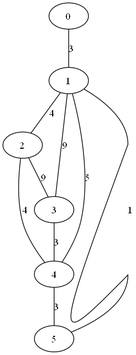
The Graphviz diagram grafos/grafoNaoDirecionado.png in juliocesarw/Grafos, before a commit. Its source is kept beside it as grafos/grafoNaoDirecionado.dot.
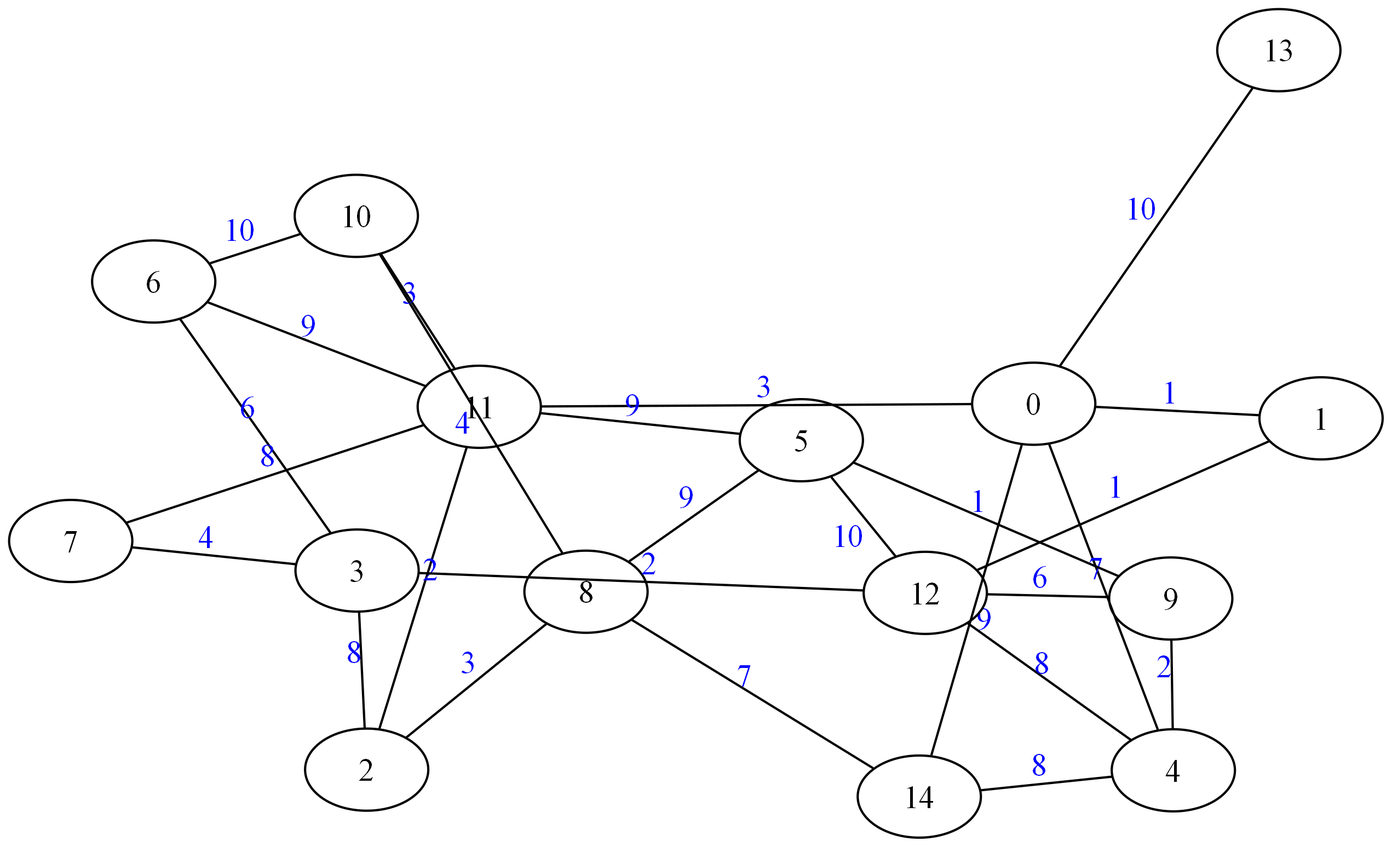
The same file after the commit.

Change to the diagram source:
```diff
@@ -5,13 +5,39 @@
 3;
 4;
 5;
-0 -- 1 [label=3,weight=3];
-1 -- 4 [label=5,weight=5];
-1 -- 5 [label=1,weight=1];
-1 -- 2 [label=4,weight=4];
-1 -- 3 [label=9,weight=9];
-2 -- 4 [label=4,weight=4];
-2 -- 3 [label=9,weight=9];
-3 -- 4 [label=3,weight=3];
-4 -- 5 [label=3,weight=3];
+6;
+7;
+8;
+9;
+10;
+11;
+12;
+13;
+14;
+0 -- 14 [label=9,weight=9, fontcolor=blue];
+0 -- 4 [label=7,weight=7, fontcolor=blue];
+0 -- 11 [label=3,weight=3, fontcolor=blue];
+0 -- 1 [label=1,weight=1, fontcolor=blue];
+0 -- 13 [label=10,weight=10, fontcolor=blue];
+1 -- 12 [label=1,weight=1, fontcolor=blue];
+2 -- 8 [label=3,weight=3, fontcolor=blue];
+2 -- 3 [label=8,weight=8, fontcolor=blue];
+2 -- 11 [label=2,weight=2, fontcolor=blue];
+3 -- 12 [label=2,weight=2, fontcolor=blue];
+3 -- 7 [label=4,weight=4, fontcolor=blue];
+3 -- 6 [label=6,weight=6, fontcolor=blue];
+4 -- 12 [label=8,weight=8, fontcolor=blue];
+4 -- 9 [label=2,weight=2, fontcolor=blue];
+4 -- 14 [label=8,weight=8, fontcolor=blue];
+5 -- 8 [label=9,weight=9, fontcolor=blue];
+5 -- 11 [label=9,weight=9, fontcolor=blue];
+5 -- 9 [label=1,weight=1, fontcolor=blue];
+5 -- 12 [label=10,weight=10, fontcolor=blue];
+6 -- 11 [label=9,weight=9, fontcolor=blue];
+6 -- 10 [label=10,weight=10, fontcolor=blue];
+7 -- 11 [label=8,weight=8, fontcolor=blue];
+8 -- 10 [label=4,weight=4, fontcolor=blue];
+8 -- 14 [label=7,weight=7, fontcolor=blue];
+9 -- 12 [label=6,weight=6, fontcolor=blue];
+10 -- 11 [label=3,weight=3, fontcolor=blue];
 }
```
